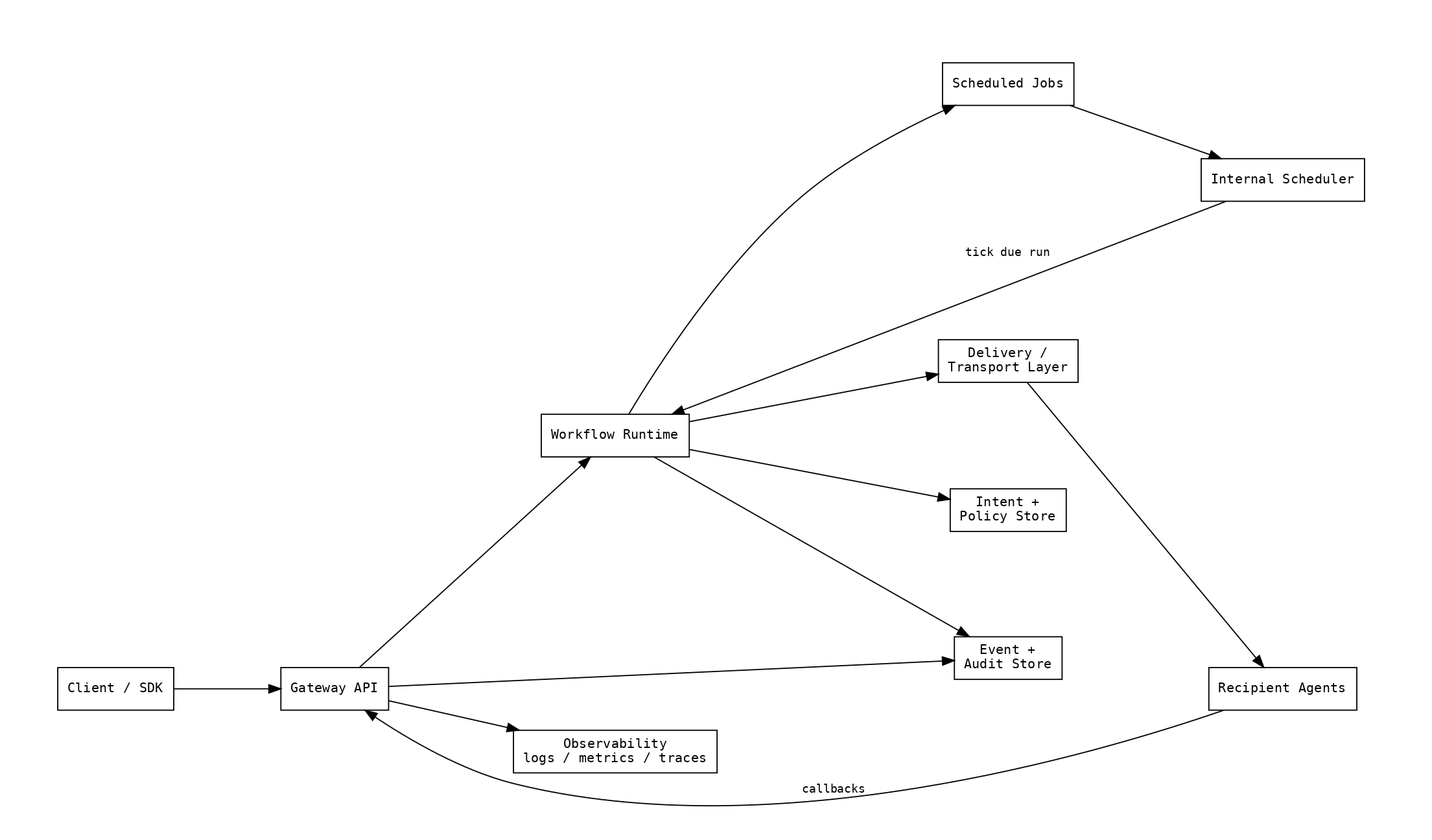
Before: docs/diagrams/platform/02-container-runtime-c4.png, a diagram exported from Mermaid (AxmeAI/axme-docs). Its source is kept beside it as docs/diagrams/platform/02-container-runtime-c4.mmd. The source it was exported from:
```mermaid
sequenceDiagram
    autonumber
    participant C as Client/SDK
    participant G as Gateway API
    participant W as Workflow Runtime
    participant J as Job Scheduler
    participant D as Data Stores
    participant R as Recipient Agent

    C->>G: API request
    G->>D: write request/audit envelope
    G->>W: start or continue workflow
    W->>R: deliver step/intent
    R-->>W: callback/progress
    W->>D: persist state + events
    W->>J: set next wakeup if waiting
    J-->>W: tick due run
    W-->>G: latest status
    G-->>C: response/read model
```
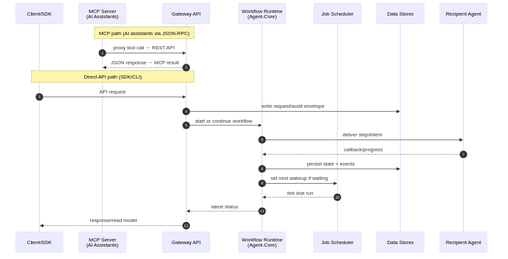
The same diagram one commit later.

Change to the diagram source:
```diff
@@ -1,12 +1,18 @@
 sequenceDiagram
     autonumber
     participant C as Client/SDK
+    participant M as MCP Server<br/>(AI Assistants)
     participant G as Gateway API
-    participant W as Workflow Runtime
+    participant W as Workflow Runtime<br/>(Agent-Core)
     participant J as Job Scheduler
     participant D as Data Stores
     participant R as Recipient Agent
 
+    Note over M,G: MCP path (AI assistants via JSON-RPC)
+    M->>G: proxy tool call → REST API
+    G-->>M: JSON response → MCP result
+
+    Note over C,G: Direct API path (SDK/CLI)
     C->>G: API request
     G->>D: write request/audit envelope
     G->>W: start or continue workflow
```
